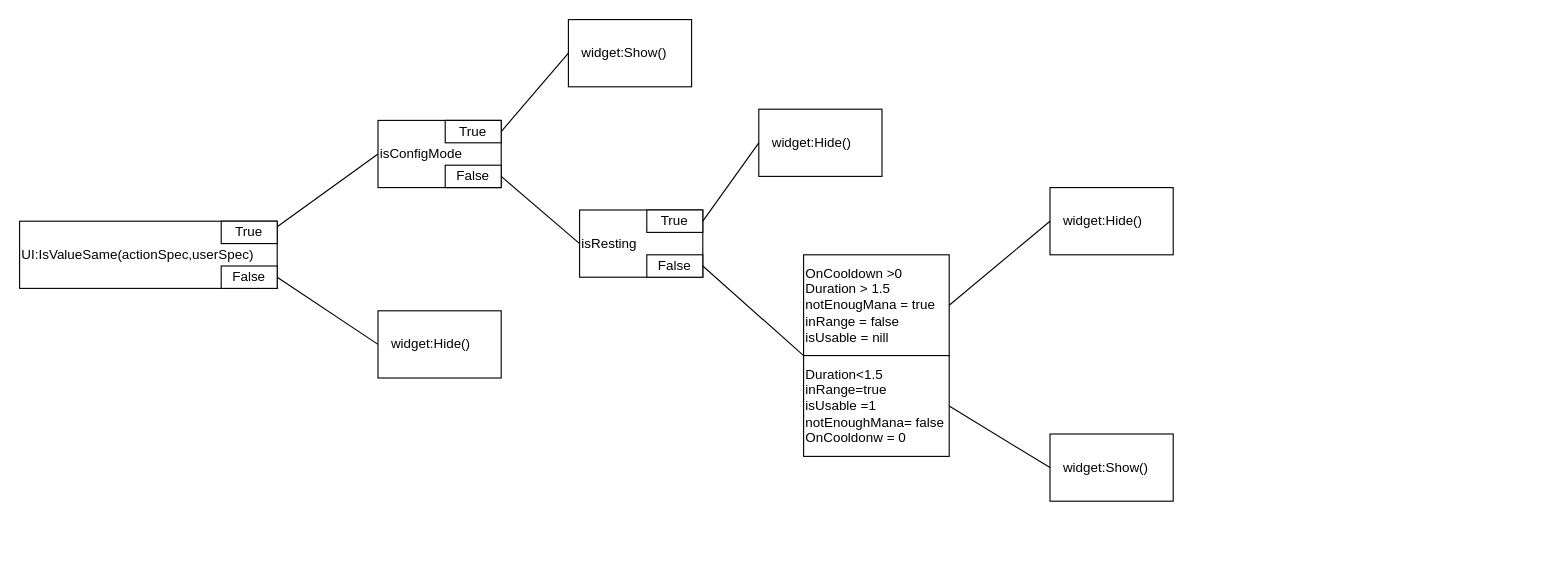
Before: Diagrams/BS_ActionsTracker_actionsDiagram.drawio in Beginnerstudios/Smartbars, a draw.io diagram. Source tidied: cells renumbered, new cells numbered last; positions are measured from the earlier drawing's top-left corner, leaving out a move shared by most shapes. Both pictures are drawn from the tidied source at 112%, with x=0, y=0 at pixel (19, 19).
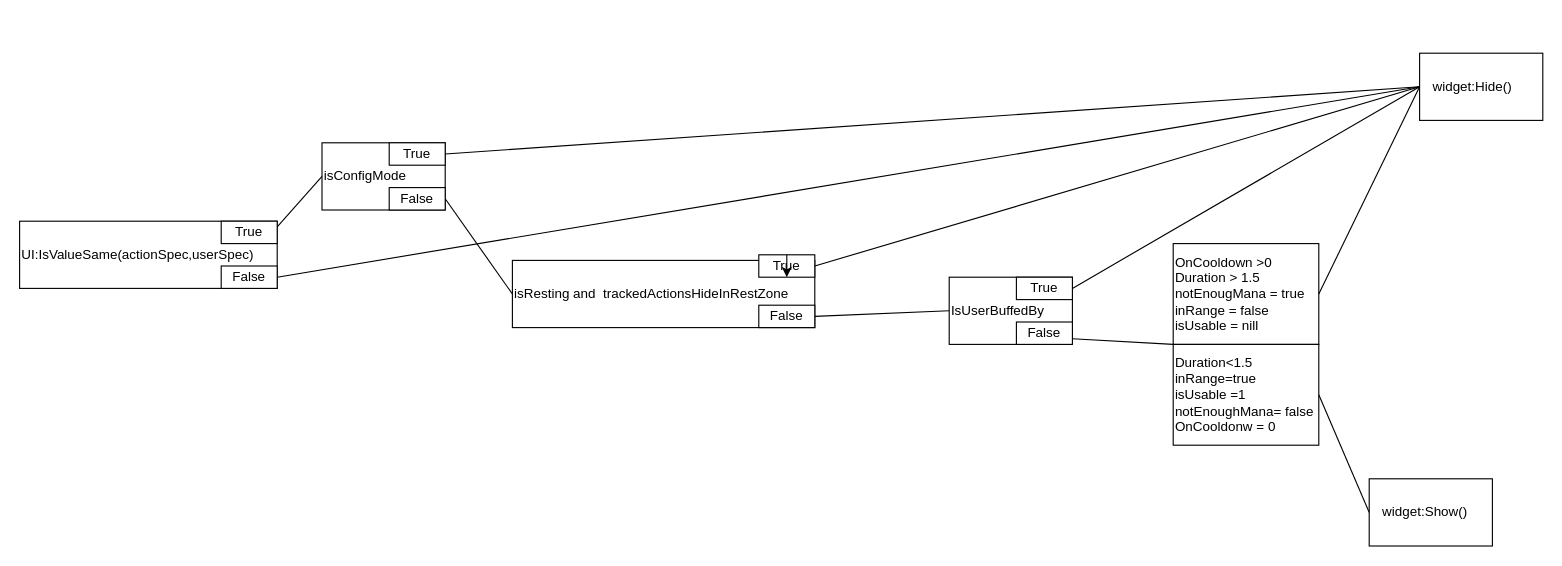
Above is the later version.

Unchanged cells that the change refers to:
```xml
<mxCell id="4" value="False" style="rounded=0;whiteSpace=wrap;html=1;" parent="1" vertex="1">
  <mxGeometry x="180" y="220" width="50" height="20" as="geometry" />
</mxCell>
```

What changed in the source:
```diff
@@
     <mxCell id="5" value="isConfigMode" style="rounded=0;whiteSpace=wrap;html=1;align=left;" parent="1" vertex="1">
-      <mxGeometry x="320" y="90" width="110" height="60" as="geometry" />
+      <mxGeometry x="270" y="110" width="110" height="60" as="geometry" />
     </mxCell>
     <mxCell id="6" value="True" style="rounded=0;whiteSpace=wrap;html=1;" parent="1" vertex="1">
-      <mxGeometry x="380" y="90" width="50" height="20" as="geometry" />
+      <mxGeometry x="330" y="110" width="50" height="20" as="geometry" />
     </mxCell>
     <mxCell id="7" value="False" style="rounded=0;whiteSpace=wrap;html=1;" parent="1" vertex="1">
-      <mxGeometry x="380" y="130" width="50" height="20" as="geometry" />
+      <mxGeometry x="330" y="150" width="50" height="20" as="geometry" />
     </mxCell>
-    <mxCell id="8" value="isResting" style="rounded=0;whiteSpace=wrap;html=1;align=left;" parent="1" vertex="1">
-      <mxGeometry x="500" y="170" width="110" height="60" as="geometry" />
+    <mxCell id="8" value="isResting and&amp;nbsp; trackedActionsHideInRestZone" style="rounded=0;whiteSpace=wrap;html=1;align=left;" parent="1" vertex="1">
+      <mxGeometry x="440" y="215" width="270" height="60" as="geometry" />
     </mxCell>
     <mxCell id="9" value="True" style="rounded=0;whiteSpace=wrap;html=1;" parent="1" vertex="1">
-      <mxGeometry x="560" y="170" width="50" height="20" as="geometry" />
+      <mxGeometry x="660" y="210" width="50" height="20" as="geometry" />
     </mxCell>
     <mxCell id="10" value="False" style="rounded=0;whiteSpace=wrap;html=1;" parent="1" vertex="1">
-      <mxGeometry x="560" y="210" width="50" height="20" as="geometry" />
+      <mxGeometry x="660" y="255" width="50" height="20" as="geometry" />
     </mxCell>
@@
     <mxCell id="12" style="endArrow=none;html=1;exitX=1;exitY=0.5;exitDx=0;exitDy=0;" parent="1" edge="1" source="4">
       <mxGeometry relative="1" as="geometry">
-        <mxPoint x="320" y="290" as="targetPoint" />
+        <mxPoint x="1250" y="60" as="targetPoint" />
       </mxGeometry>
     </mxCell>
-    <mxCell id="13" value="&amp;nbsp; &amp;nbsp;widget:Hide()" style="rounded=0;whiteSpace=wrap;html=1;align=left;" parent="1" vertex="1">
-      <mxGeometry x="320" y="260" width="110" height="60" as="geometry" />
-    </mxCell>
-    <mxCell id="14" value="&amp;nbsp; &amp;nbsp;widget:Show()" style="rounded=0;whiteSpace=wrap;html=1;align=left;" parent="1" vertex="1">
-      <mxGeometry x="490" width="110" height="60" as="geometry" />
-    </mxCell>
-    <mxCell id="15" style="endArrow=none;html=1;exitX=1;exitY=0.5;exitDx=0;exitDy=0;entryX=0;entryY=0.5;entryDx=0;entryDy=0;" parent="1" edge="1" source="6" target="14">
+    <mxCell id="15" style="endArrow=none;html=1;exitX=1;exitY=0.5;exitDx=0;exitDy=0;entryX=0;entryY=0.5;entryDx=0;entryDy=0;" parent="1" edge="1" source="6" target="20">
       <mxGeometry relative="1" as="geometry" />
     </mxCell>
@@
-    <mxCell id="17" value="&amp;nbsp; &amp;nbsp;widget:Hide()" style="rounded=0;whiteSpace=wrap;html=1;align=left;" parent="1" vertex="1">
-      <mxGeometry x="660" y="80" width="110" height="60" as="geometry" />
-    </mxCell>
-    <mxCell id="18" style="endArrow=none;html=1;exitX=1;exitY=0.5;exitDx=0;exitDy=0;entryX=0;entryY=0.5;entryDx=0;entryDy=0;" parent="1" edge="1" source="9" target="17">
-      <mxGeometry relative="1" as="geometry" />
-    </mxCell>
     <mxCell id="19" value="OnCooldown &amp;gt;0&amp;nbsp;&lt;br&gt;Duration &amp;gt; 1.5&lt;br&gt;notEnougMana = true&lt;br&gt;inRange = false&lt;br&gt;isUsable = nill" style="rounded=0;whiteSpace=wrap;html=1;align=left;" parent="1" vertex="1">
-      <mxGeometry x="700" y="210" width="130" height="90" as="geometry" />
+      <mxGeometry x="1030" y="200" width="130" height="90" as="geometry" />
     </mxCell>
     <mxCell id="20" value="&amp;nbsp; &amp;nbsp;widget:Hide()" style="rounded=0;whiteSpace=wrap;html=1;align=left;" parent="1" vertex="1">
-      <mxGeometry x="920" y="150" width="110" height="60" as="geometry" />
+      <mxGeometry x="1250" y="30" width="110" height="60" as="geometry" />
     </mxCell>
@@
     <mxCell id="22" value="Duration&amp;lt;1.5&lt;br&gt;inRange=true&lt;br&gt;isUsable =1&lt;br&gt;notEnoughMana= false&lt;br&gt;OnCooldonw = 0" style="rounded=0;whiteSpace=wrap;html=1;align=left;" parent="1" vertex="1">
-      <mxGeometry x="700" y="300" width="130" height="90" as="geometry" />
+      <mxGeometry x="1030" y="290" width="130" height="90" as="geometry" />
     </mxCell>
     <mxCell id="23" value="&amp;nbsp; &amp;nbsp;widget:Show()" style="rounded=0;whiteSpace=wrap;html=1;align=left;" parent="1" vertex="1">
-      <mxGeometry x="920" y="370" width="110" height="60" as="geometry" />
+      <mxGeometry x="1205" y="410" width="110" height="60" as="geometry" />
     </mxCell>
@@
-    <mxCell id="25" style="endArrow=none;html=1;exitX=1;exitY=0.5;exitDx=0;exitDy=0;entryX=0;entryY=0;entryDx=0;entryDy=0;" parent="1" edge="1" source="10" target="22">
-      <mxGeometry relative="1" as="geometry" />
-    </mxCell>
+    <mxCell id="26" value="IsUserBuffedBy" style="rounded=0;whiteSpace=wrap;html=1;align=left;" parent="1" vertex="1">
+      <mxGeometry x="830" y="230" width="110" height="60" as="geometry" />
+    </mxCell>
+    <mxCell id="27" value="True" style="rounded=0;whiteSpace=wrap;html=1;" parent="1" vertex="1">
+      <mxGeometry x="890" y="230" width="50" height="20" as="geometry" />
+    </mxCell>
+    <mxCell id="28" value="False" style="rounded=0;whiteSpace=wrap;html=1;" parent="1" vertex="1">
+      <mxGeometry x="890" y="270" width="50" height="20" as="geometry" />
+    </mxCell>
+    <mxCell id="29" style="endArrow=none;html=1;entryX=1;entryY=0.75;entryDx=0;entryDy=0;exitX=0;exitY=0;exitDx=0;exitDy=0;" parent="1" edge="1" source="22" target="28">
+      <mxGeometry relative="1" as="geometry" />
+    </mxCell>
+    <mxCell id="30" style="endArrow=none;html=1;entryX=1;entryY=0.5;entryDx=0;entryDy=0;exitX=0;exitY=0.5;exitDx=0;exitDy=0;" parent="1" edge="1" source="26" target="10">
+      <mxGeometry relative="1" as="geometry" />
+    </mxCell>
+    <mxCell id="31" style="endArrow=none;html=1;exitX=1;exitY=0.5;exitDx=0;exitDy=0;entryX=0;entryY=0.5;entryDx=0;entryDy=0;" parent="1" edge="1" source="9" target="20">
+      <mxGeometry relative="1" as="geometry" />
+    </mxCell>
+    <mxCell id="32" style="endArrow=none;html=1;exitX=1;exitY=0.5;exitDx=0;exitDy=0;entryX=0;entryY=0.5;entryDx=0;entryDy=0;" parent="1" edge="1" source="27" target="20">
+      <mxGeometry relative="1" as="geometry" />
+    </mxCell>
+    <mxCell id="33" style="edgeStyle=none;html=1;exitX=0.5;exitY=0;exitDx=0;exitDy=0;entryX=0.5;entryY=1;entryDx=0;entryDy=0;" parent="1" edge="1" source="9" target="9">
+      <mxGeometry relative="1" as="geometry" />
+    </mxCell>
```
